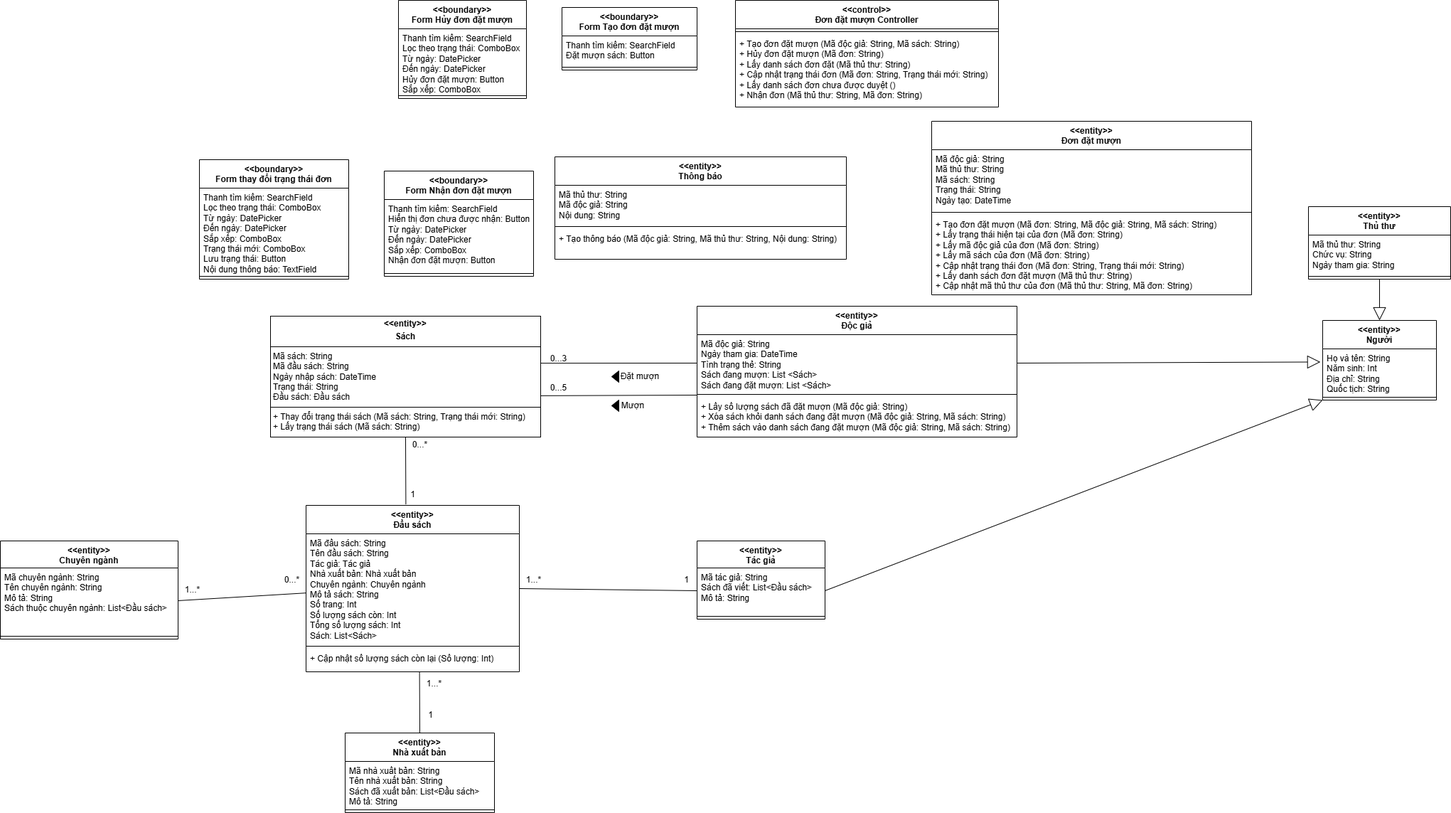
Above: Class Diagram/Modified Class Diagram/UC Đặt mượn sách - Đối chiếu, chỉnh sửa.png in kimcuongdev/LibrarySystemAD (draw.io), before the change. Source tidied: cells renumbered, new cells last; positions are measured from the earlier drawing's top-left corner, leaving out a move shared by most shapes.
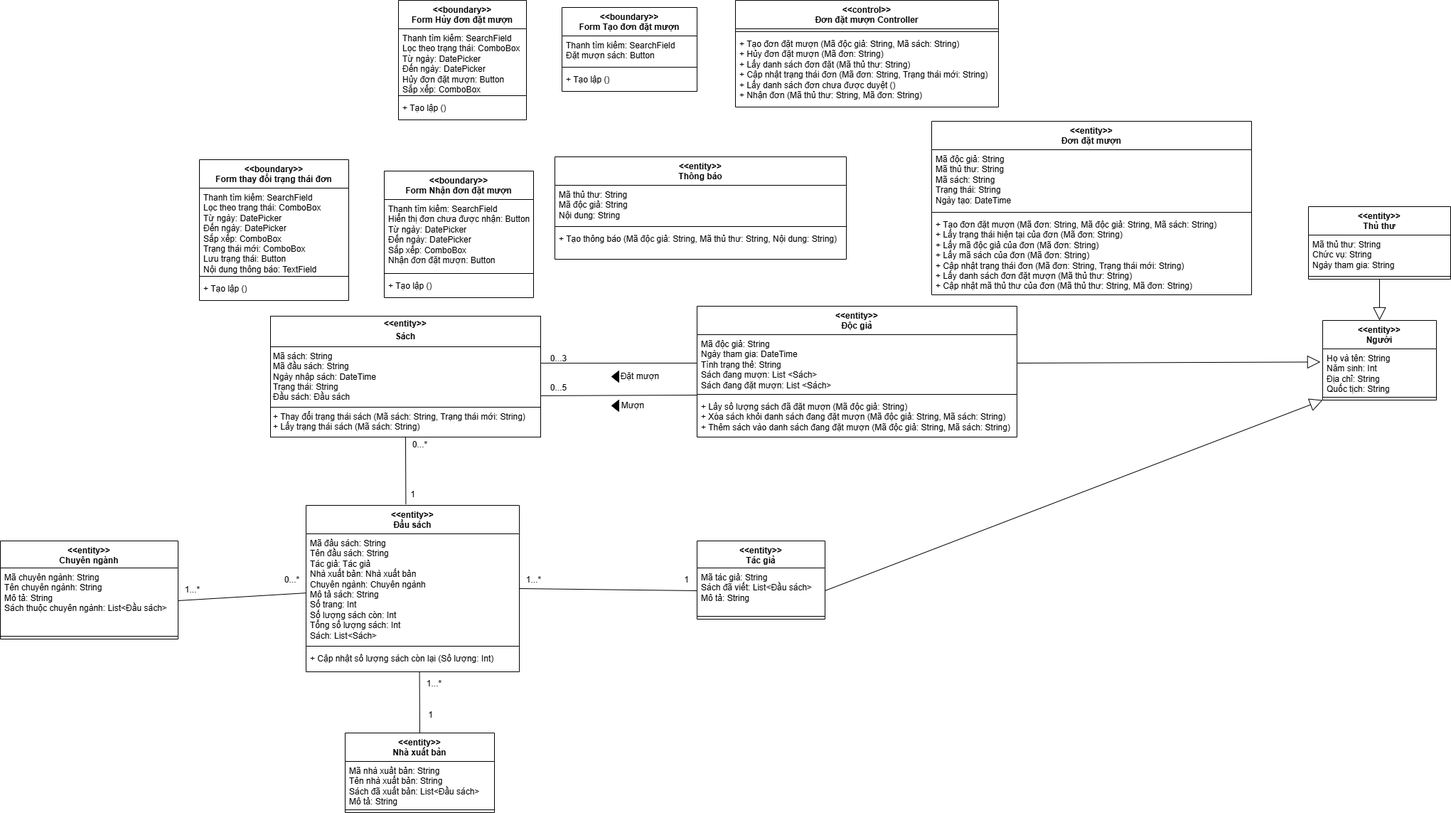
The same file after the commit.

Commit message:
Bieu do lop chi tiet

What changed in the source:
```diff
@@ -168,7 +168,7 @@
       <mxGeometry relative="1" as="geometry" />
     </mxCell>
     <mxCell id="56" value="&amp;lt;&amp;lt;boundary&amp;gt;&amp;gt;&lt;div&gt;Form Tạo đơn đặt mượn&lt;/div&gt;" style="swimlane;fontStyle=1;align=center;verticalAlign=top;horizontal=1;startSize=40;whiteSpace=wrap;html=1;" parent="1" vertex="1">
-      <mxGeometry x="790" y="10" width="190" height="88" as="geometry" />
+      <mxGeometry x="790" y="10" width="190" height="118" as="geometry" />
     </mxCell>
     <mxCell id="57" value="Thanh tìm kiếm: SearchField&lt;div&gt;Đặt mượn sách: Button&lt;/div&gt;" style="text;strokeColor=none;fillColor=none;align=left;verticalAlign=top;spacingLeft=4;spacingRight=4;overflow=hidden;whiteSpace=wrap;html=1;" parent="56" vertex="1">
       <mxGeometry y="40" width="190" height="40" as="geometry" />
@@ -176,8 +176,11 @@
     <mxCell id="58" style="line;strokeWidth=1;fillColor=none;align=left;verticalAlign=middle;spacingTop=-1;spacingLeft=3;spacingRight=3;labelPosition=right;strokeColor=inherit;" parent="56" vertex="1">
       <mxGeometry y="80" width="190" height="8" as="geometry" />
     </mxCell>
+    <mxCell id="72" value="&lt;div&gt;+ Tạo lập ()&lt;/div&gt;" style="text;strokeColor=none;fillColor=none;align=left;verticalAlign=top;spacingLeft=4;spacingRight=4;overflow=hidden;whiteSpace=wrap;html=1;" parent="56" vertex="1">
+      <mxGeometry y="88" width="190" height="30" as="geometry" />
+    </mxCell>
     <mxCell id="59" value="&amp;lt;&amp;lt;boundary&amp;gt;&amp;gt;&lt;div&gt;Form Hủy đơn đặt mượn&lt;/div&gt;" style="swimlane;fontStyle=1;align=center;verticalAlign=top;horizontal=1;startSize=40;whiteSpace=wrap;html=1;" parent="1" vertex="1">
-      <mxGeometry x="560" width="180" height="138" as="geometry" />
+      <mxGeometry x="560" width="180" height="168" as="geometry" />
     </mxCell>
     <mxCell id="60" value="Thanh tìm kiếm: SearchField&lt;div&gt;Lọc theo trạng thái: ComboBox&amp;nbsp;&lt;/div&gt;&lt;div&gt;Từ ngày: DatePicker&lt;/div&gt;&lt;div&gt;Đến ngày: DatePicker&lt;/div&gt;&lt;div&gt;Hủy đơn đặt mượn: Button&lt;/div&gt;&lt;div&gt;Sắp xếp: ComboBox&lt;/div&gt;&lt;div&gt;&lt;br&gt;&lt;/div&gt;" style="text;strokeColor=none;fillColor=none;align=left;verticalAlign=top;spacingLeft=4;spacingRight=4;overflow=hidden;whiteSpace=wrap;html=1;" parent="59" vertex="1">
       <mxGeometry y="40" width="180" height="90" as="geometry" />
@@ -185,8 +188,11 @@
     <mxCell id="61" style="line;strokeWidth=1;fillColor=none;align=left;verticalAlign=middle;spacingTop=-1;spacingLeft=3;spacingRight=3;labelPosition=right;strokeColor=inherit;" parent="59" vertex="1">
       <mxGeometry y="130" width="180" height="8" as="geometry" />
     </mxCell>
+    <mxCell id="73" value="&lt;div&gt;+ Tạo lập ()&lt;/div&gt;" style="text;strokeColor=none;fillColor=none;align=left;verticalAlign=top;spacingLeft=4;spacingRight=4;overflow=hidden;whiteSpace=wrap;html=1;" parent="59" vertex="1">
+      <mxGeometry y="138" width="180" height="30" as="geometry" />
+    </mxCell>
     <mxCell id="62" value="&amp;lt;&amp;lt;boundary&amp;gt;&amp;gt;&lt;div&gt;Form Nhận đơn đặt mượn&lt;/div&gt;" style="swimlane;fontStyle=1;align=center;verticalAlign=top;horizontal=1;startSize=40;whiteSpace=wrap;html=1;" parent="1" vertex="1">
-      <mxGeometry x="540" y="240" width="210" height="148" as="geometry" />
+      <mxGeometry x="540" y="240" width="210" height="178" as="geometry" />
     </mxCell>
     <mxCell id="63" value="Thanh tìm kiếm: SearchField&lt;div&gt;Hiển thị đơn chưa được nhận: Button&lt;/div&gt;&lt;div&gt;&lt;div&gt;Từ ngày: DatePicker&lt;/div&gt;&lt;div&gt;Đến ngày: DatePicker&lt;/div&gt;&lt;/div&gt;&lt;div&gt;Sắp xếp: ComboBox&lt;/div&gt;&lt;div&gt;Nhận đơn đặt mượn: Button&lt;/div&gt;" style="text;strokeColor=none;fillColor=none;align=left;verticalAlign=top;spacingLeft=4;spacingRight=4;overflow=hidden;whiteSpace=wrap;html=1;" parent="62" vertex="1">
       <mxGeometry y="40" width="210" height="100" as="geometry" />
@@ -194,8 +200,11 @@
     <mxCell id="64" style="line;strokeWidth=1;fillColor=none;align=left;verticalAlign=middle;spacingTop=-1;spacingLeft=3;spacingRight=3;labelPosition=right;strokeColor=inherit;" parent="62" vertex="1">
       <mxGeometry y="140" width="210" height="8" as="geometry" />
     </mxCell>
+    <mxCell id="74" value="&lt;div&gt;+ Tạo lập ()&lt;/div&gt;" style="text;strokeColor=none;fillColor=none;align=left;verticalAlign=top;spacingLeft=4;spacingRight=4;overflow=hidden;whiteSpace=wrap;html=1;" parent="62" vertex="1">
+      <mxGeometry y="148" width="210" height="30" as="geometry" />
+    </mxCell>
     <mxCell id="65" value="&amp;lt;&amp;lt;boundary&amp;gt;&amp;gt;&lt;div&gt;Form thay đổi trạng thái đơn&lt;/div&gt;" style="swimlane;fontStyle=1;align=center;verticalAlign=top;horizontal=1;startSize=40;whiteSpace=wrap;html=1;" parent="1" vertex="1">
-      <mxGeometry x="280" y="224" width="210" height="168" as="geometry" />
+      <mxGeometry x="280" y="224" width="210" height="198" as="geometry" />
     </mxCell>
     <mxCell id="66" value="Thanh tìm kiếm: SearchField&lt;div&gt;Lọc theo trạng thái: ComboBox&amp;nbsp;&lt;/div&gt;&lt;div&gt;&lt;span style=&quot;background-color: transparent; color: light-dark(rgb(0, 0, 0), rgb(255, 255, 255));&quot;&gt;Từ ngày: DatePicker&lt;/span&gt;&lt;/div&gt;&lt;div&gt;&lt;div&gt;Đến ngày: DatePicker&lt;/div&gt;&lt;/div&gt;&lt;div&gt;Sắp xếp: ComboBox&lt;/div&gt;&lt;div&gt;Trạng thái mới: ComboBox&lt;/div&gt;&lt;div&gt;Lưu trạng thái: Button&lt;/div&gt;&lt;div&gt;Nội dung thông báo: TextField&lt;/div&gt;" style="text;strokeColor=none;fillColor=none;align=left;verticalAlign=top;spacingLeft=4;spacingRight=4;overflow=hidden;whiteSpace=wrap;html=1;" parent="65" vertex="1">
       <mxGeometry y="40" width="210" height="120" as="geometry" />
@@ -203,6 +212,9 @@
     <mxCell id="67" style="line;strokeWidth=1;fillColor=none;align=left;verticalAlign=middle;spacingTop=-1;spacingLeft=3;spacingRight=3;labelPosition=right;strokeColor=inherit;" parent="65" vertex="1">
       <mxGeometry y="160" width="210" height="8" as="geometry" />
     </mxCell>
+    <mxCell id="75" value="&lt;div&gt;+ Tạo lập ()&lt;/div&gt;" style="text;strokeColor=none;fillColor=none;align=left;verticalAlign=top;spacingLeft=4;spacingRight=4;overflow=hidden;whiteSpace=wrap;html=1;" parent="65" vertex="1">
+      <mxGeometry y="168" width="210" height="30" as="geometry" />
+    </mxCell>
     <mxCell id="68" value="Mượn" style="text;html=1;align=center;verticalAlign=middle;whiteSpace=wrap;rounded=0;rotation=0;" parent="1" vertex="1">
       <mxGeometry x="870" y="560" width="40" height="20" as="geometry" />
     </mxCell>
```
